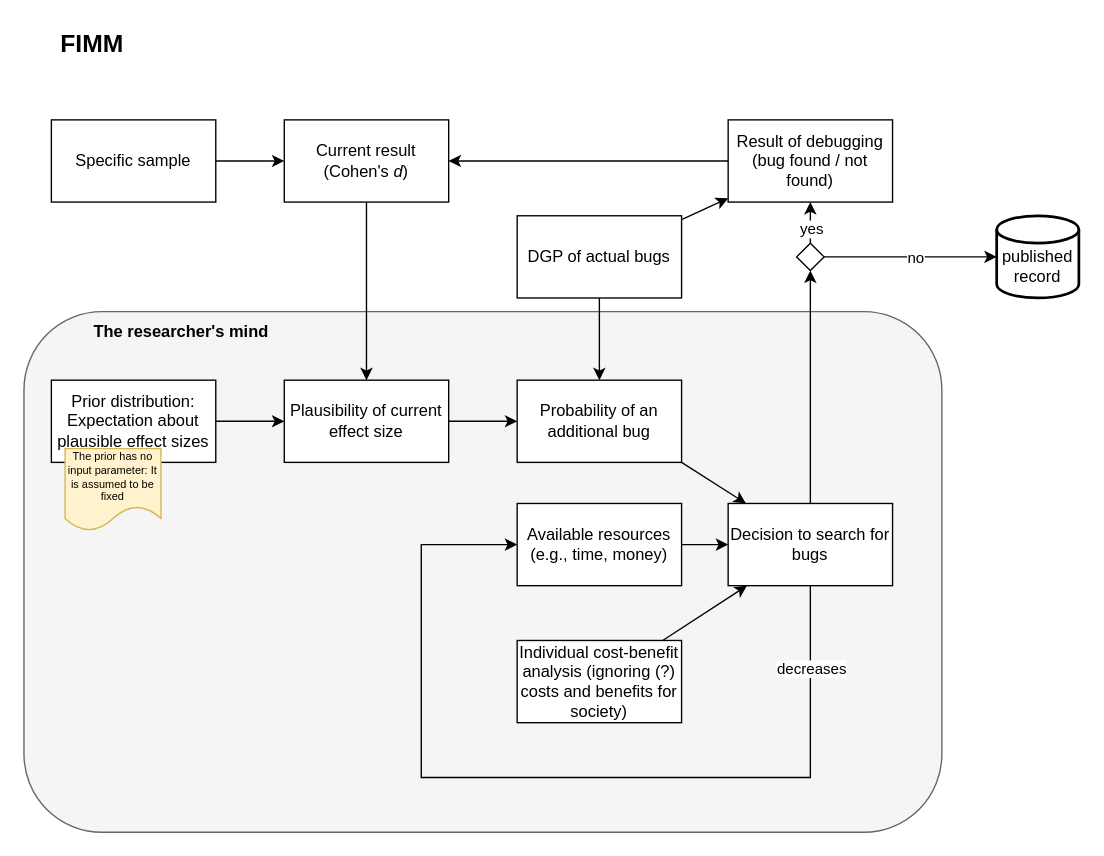
This is scientific_errors_VAST.drawio from nicebread/scientific_errors, a draw.io file, before an edit. Source tidied: cells renumbered, new cells numbered last; positions are measured from the earlier drawing's top-left corner, leaving out a move shared by most shapes. Both pictures are drawn from the tidied source at 137%, with x=0, y=0 at pixel (23, 23).
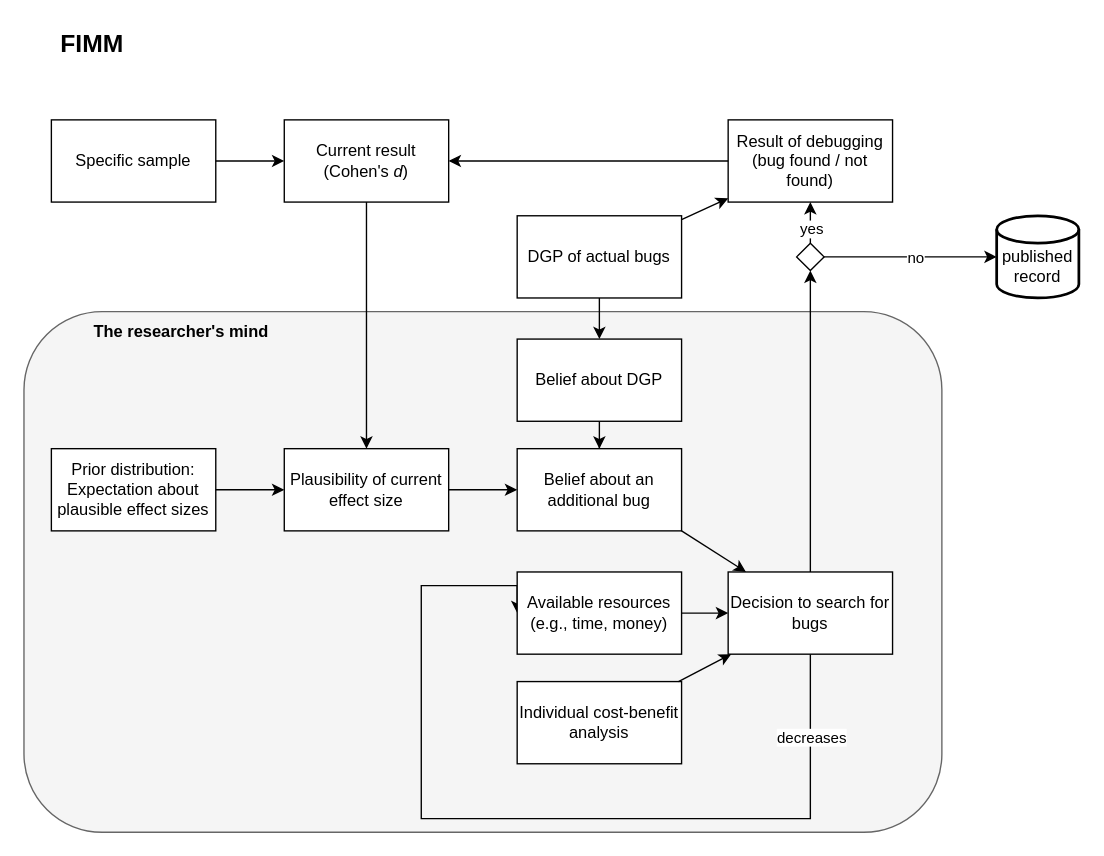
After the change.

Commit message:
Update after daily on December 4

The change refers to these unchanged cells:
```xml
<mxCell id="22" value="DGP of actual bugs" style="rounded=0;whiteSpace=wrap;html=1;" parent="1" vertex="1">
  <mxGeometry x="360" y="140" width="120" height="60" as="geometry" />
</mxCell>
```

What changed in the source:
```diff
@@
     <mxCell id="5" value="Plausibility of current effect size" style="rounded=0;whiteSpace=wrap;html=1;" parent="1" vertex="1">
-      <mxGeometry x="190" y="260" width="120" height="60" as="geometry" />
+      <mxGeometry x="190" y="310" width="120" height="60" as="geometry" />
     </mxCell>
@@
     <mxCell id="7" style="edgeStyle=orthogonalEdgeStyle;rounded=0;jettySize=auto;html=1;exitX=0.5;exitY=1;exitDx=0;exitDy=0;entryX=0;entryY=0.5;entryDx=0;entryDy=0;" parent="1" edge="1" source="9" target="11">
       <mxGeometry relative="1" as="geometry">
         <Array as="points">
-          <mxPoint x="574" y="550" />
-          <mxPoint x="290" y="550" />
-          <mxPoint x="290" y="380" />
+          <mxPoint x="574" y="580" />
+          <mxPoint x="290" y="580" />
+          <mxPoint x="290" y="410" />
         </Array>
       </mxGeometry>
     </mxCell>
@@
     <mxCell id="9" value="Decision to search for bugs" style="rounded=0;whiteSpace=wrap;html=1;" parent="1" vertex="1">
-      <mxGeometry x="514" y="350" width="120" height="60" as="geometry" />
+      <mxGeometry x="514" y="400" width="120" height="60" as="geometry" />
     </mxCell>
@@
     <mxCell id="11" value="Available resources (e.g., time, money)" style="rounded=0;whiteSpace=wrap;html=1;" parent="1" vertex="1">
-      <mxGeometry x="360" y="350" width="120" height="60" as="geometry" />
+      <mxGeometry x="360" y="400" width="120" height="60" as="geometry" />
     </mxCell>
@@
     <mxCell id="13" value="Prior distribution: Expectation about plausible effect sizes" style="rounded=0;whiteSpace=wrap;html=1;" parent="1" vertex="1">
-      <mxGeometry x="20" y="260" width="120" height="60" as="geometry" />
+      <mxGeometry x="20" y="310" width="120" height="60" as="geometry" />
     </mxCell>
@@
-    <mxCell id="15" value="Probability of an additional bug" style="rounded=0;whiteSpace=wrap;html=1;" parent="1" vertex="1">
-      <mxGeometry x="360" y="260" width="120" height="60" as="geometry" />
+    <mxCell id="15" value="Belief about an additional bug" style="rounded=0;whiteSpace=wrap;html=1;" parent="1" vertex="1">
+      <mxGeometry x="360" y="310" width="120" height="60" as="geometry" />
     </mxCell>
@@
-    <mxCell id="17" value="Individual cost-benefit analysis (ignoring (?) costs and benefits for society)" style="rounded=0;whiteSpace=wrap;html=1;" parent="1" vertex="1">
-      <mxGeometry x="360" y="450" width="120" height="60" as="geometry" />
+    <mxCell id="17" value="Individual cost-benefit analysis" style="rounded=0;whiteSpace=wrap;html=1;" parent="1" vertex="1">
+      <mxGeometry x="360" y="480" width="120" height="60" as="geometry" />
     </mxCell>
@@
+    <mxCell id="37" style="edgeStyle=orthogonalEdgeStyle;rounded=0;jettySize=auto;html=1;" parent="1" edge="1" source="22" target="39">
+      <mxGeometry relative="1" as="geometry" />
+    </mxCell>
@@
-    <mxCell id="27" style="endArrow=classic;html=1;rounded=0;edgeStyle=orthogonalEdgeStyle;" parent="1" edge="1" source="22" target="15">
-      <mxGeometry relative="1" as="geometry">
-        <Array as="points">
-          <mxPoint x="440" y="180" />
-          <mxPoint x="440" y="180" />
-        </Array>
-      </mxGeometry>
-    </mxCell>
-    <mxCell id="28" value="The prior has no input parameter: It is assumed to be fixed" style="shape=document;whiteSpace=wrap;html=1;boundedLbl=1;fontSize=8;fillColor=#fff2cc;strokeColor=#d6b656;" parent="1" vertex="1">
-      <mxGeometry x="30" y="310" width="70" height="60" as="geometry" />
-    </mxCell>
@@
+    <mxCell id="38" style="edgeStyle=orthogonalEdgeStyle;rounded=0;jettySize=auto;html=1;" parent="1" edge="1" source="39" target="15">
+      <mxGeometry relative="1" as="geometry" />
+    </mxCell>
+    <mxCell id="39" value="Belief about DGP" style="rounded=0;whiteSpace=wrap;html=1;" parent="1" vertex="1">
+      <mxGeometry x="360" y="230" width="120" height="60" as="geometry" />
+    </mxCell>
```
